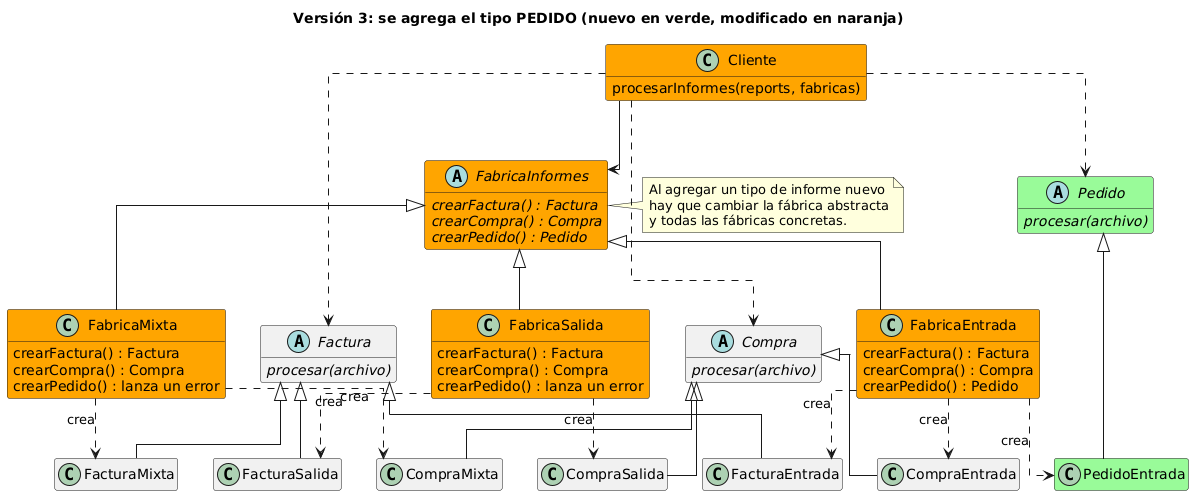
This is docs/uml/Versión_3.png from diegohenao819/abstract-factory-informes, a PlantUML export, as it was before one commit.
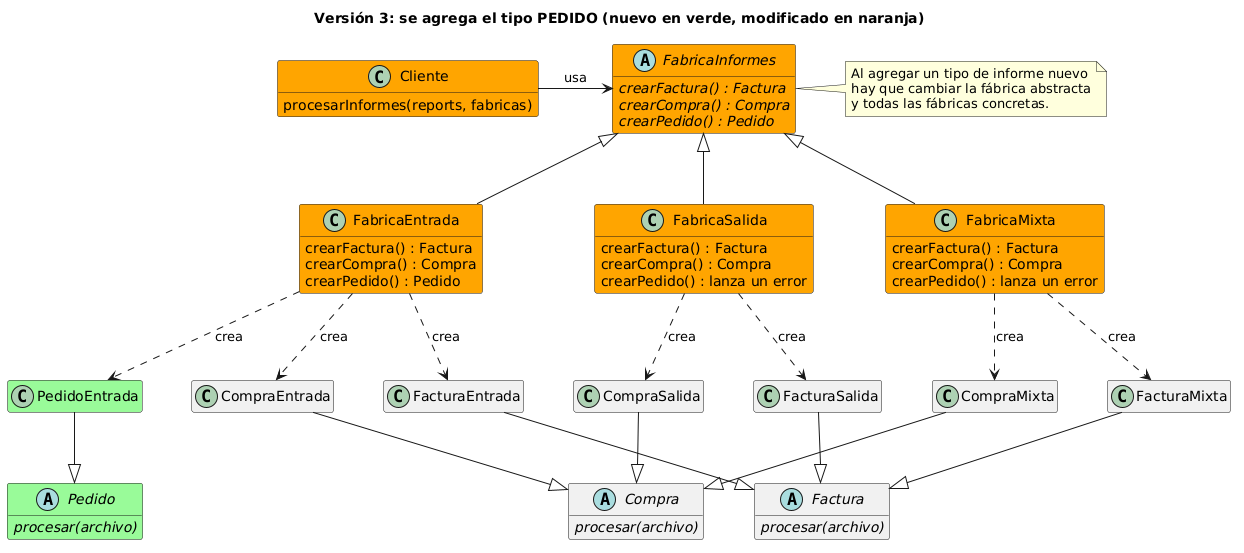
The same diagram one commit later.

What changed in the source:
```diff
@@ -1,7 +1,8 @@
 @startuml
 title Versión 3: se agrega el tipo PEDIDO (nuevo en verde, modificado en naranja)
 skinparam classAttributeIconSize 0
-skinparam linetype ortho
+skinparam nodesep 50
+skinparam ranksep 70
 hide empty members
 
 class Cliente #orange {
@@ -32,6 +33,22 @@
   crearPedido() : lanza un error
 }
 
+together {
+  class FacturaEntrada
+  class CompraEntrada
+  class PedidoEntrada #palegreen
+}
+
+together {
+  class FacturaSalida
+  class CompraSalida
+}
+
+together {
+  class FacturaMixta
+  class CompraMixta
+}
+
 abstract class Factura {
   {abstract} procesar(archivo)
 }
@@ -44,38 +61,27 @@
   {abstract} procesar(archivo)
 }
 
-class FacturaEntrada
-class CompraEntrada
-class PedidoEntrada #palegreen
-class FacturaSalida
-class CompraSalida
-class FacturaMixta
-class CompraMixta
+Cliente -right-> FabricaInformes : usa
 
-Cliente --> FabricaInformes
-Cliente ..> Factura
-Cliente ..> Compra
-Cliente ..> Pedido
+FabricaInformes <|-down- FabricaEntrada
+FabricaInformes <|-down- FabricaSalida
+FabricaInformes <|-down- FabricaMixta
 
-FabricaInformes <|-- FabricaEntrada
-FabricaInformes <|-- FabricaSalida
-FabricaInformes <|-- FabricaMixta
+FabricaEntrada .down.> FacturaEntrada : crea
+FabricaEntrada .down.> CompraEntrada : crea
+FabricaEntrada .down.> PedidoEntrada : crea
+FabricaSalida .down.> FacturaSalida : crea
+FabricaSalida .down.> CompraSalida : crea
+FabricaMixta .down.> FacturaMixta : crea
+FabricaMixta .down.> CompraMixta : crea
 
-Factura <|-- FacturaEntrada
-Factura <|-- FacturaSalida
-Factura <|-- FacturaMixta
-Compra <|-- CompraEntrada
-Compra <|-- CompraSalida
-Compra <|-- CompraMixta
-Pedido <|-- PedidoEntrada
-
-FabricaEntrada ..> FacturaEntrada : crea
-FabricaEntrada ..> CompraEntrada : crea
-FabricaEntrada ..> PedidoEntrada : crea
-FabricaSalida ..> FacturaSalida : crea
-FabricaSalida ..> CompraSalida : crea
-FabricaMixta ..> FacturaMixta : crea
-FabricaMixta ..> CompraMixta : crea
+FacturaEntrada -down-|> Factura
+FacturaSalida -down-|> Factura
+FacturaMixta -down-|> Factura
+CompraEntrada -down-|> Compra
+CompraSalida -down-|> Compra
+CompraMixta -down-|> Compra
+PedidoEntrada -down-|> Pedido
 
 note right of FabricaInformes
   Al agregar un tipo de informe nuevo
```
